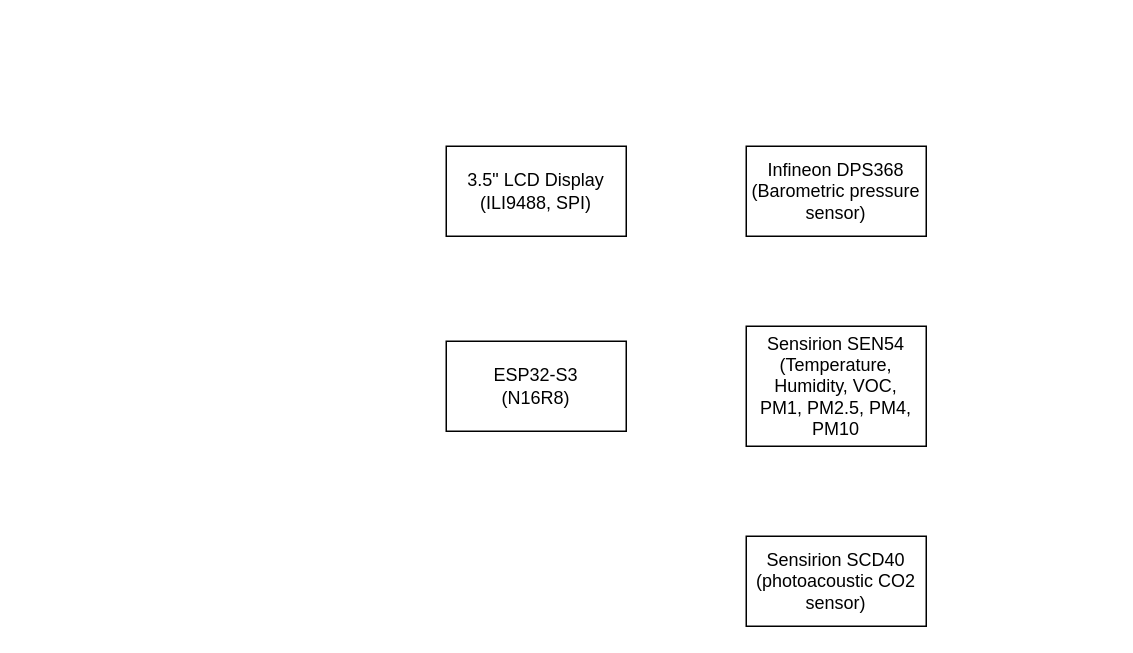
antoniosimuncic/VERN_Air-Quality-Meter keeps this draw.io diagram as [General Documentation]/VERN_Air-Quality-Monitor.drawio. Above is the earlier version. Source tidied: cells renumbered, new cells numbered last; positions are measured from the earlier drawing's top-left corner, leaving out a move shared by most shapes. Both pictures are drawn from the tidied source at 150%, with x=0, y=0 at pixel (446, 146).
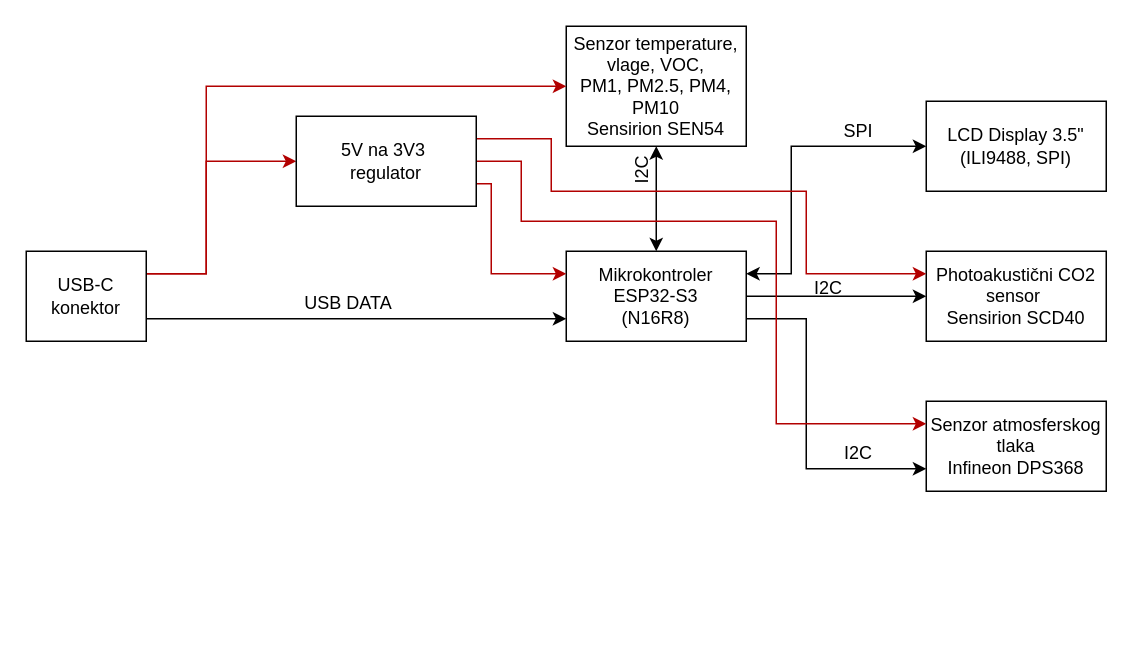
The same diagram, later.

Commit message (it also covers changes not shown here):
added block diagram

Diff of the diagram source:
```diff
@@
+    <mxCell id="7" style="edgeStyle=orthogonalEdgeStyle;rounded=0;jettySize=auto;html=1;exitX=1;exitY=0.25;exitDx=0;exitDy=0;entryX=0;entryY=0.5;entryDx=0;entryDy=0;startArrow=classic;startFill=1;" parent="1" edge="1" source="2" target="4">
+      <mxGeometry relative="1" as="geometry">
+        <Array as="points">
+          <mxPoint x="230" y="85" />
+          <mxPoint x="230" />
+        </Array>
+      </mxGeometry>
+    </mxCell>
+    <mxCell id="8" style="edgeStyle=orthogonalEdgeStyle;rounded=0;jettySize=auto;html=1;exitX=1;exitY=0.5;exitDx=0;exitDy=0;entryX=0;entryY=0.5;entryDx=0;entryDy=0;" parent="1" edge="1" source="2" target="6">
+      <mxGeometry relative="1" as="geometry" />
+    </mxCell>
+    <mxCell id="9" style="edgeStyle=orthogonalEdgeStyle;rounded=0;jettySize=auto;html=1;exitX=1;exitY=0.75;exitDx=0;exitDy=0;entryX=0;entryY=0.75;entryDx=0;entryDy=0;" parent="1" edge="1" source="2" target="5">
+      <mxGeometry relative="1" as="geometry">
+        <Array as="points">
+          <mxPoint x="240" y="115" />
+          <mxPoint x="240" y="215" />
+        </Array>
+      </mxGeometry>
+    </mxCell>
-    <mxCell id="2" value="ESP32-S3&lt;div&gt;(N16R8)&lt;/div&gt;" style="rounded=0;whiteSpace=wrap;html=1;" parent="1" vertex="1">
-      <mxGeometry y="130" width="120" height="60" as="geometry" />
+    <mxCell id="2" value="Mikrokontroler&lt;div&gt;ESP32-S3&lt;div&gt;(N16R8)&lt;/div&gt;&lt;/div&gt;" style="rounded=0;whiteSpace=wrap;html=1;" parent="1" vertex="1">
+      <mxGeometry x="80" y="70" width="120" height="60" as="geometry" />
     </mxCell>
+    <mxCell id="10" style="edgeStyle=orthogonalEdgeStyle;rounded=0;jettySize=auto;html=1;exitX=0.5;exitY=1;exitDx=0;exitDy=0;entryX=0.5;entryY=0;entryDx=0;entryDy=0;startArrow=classic;startFill=1;" parent="1" edge="1" source="3" target="2">
+      <mxGeometry relative="1" as="geometry" />
+    </mxCell>
-    <mxCell id="3" value="Sensirion SEN54&lt;div&gt;(Temperature, Humidity, VOC,&lt;/div&gt;&lt;div&gt;PM1, PM2.5, PM4, PM10&lt;/div&gt;" style="rounded=0;whiteSpace=wrap;html=1;" parent="1" vertex="1">
-      <mxGeometry x="200" y="120" width="120" height="80" as="geometry" />
+    <mxCell id="3" value="&lt;div&gt;Senzor temperature, vlage, VOC,&lt;/div&gt;&lt;div&gt;PM1, PM2.5, PM4, PM10&lt;/div&gt;&lt;div&gt;Sensirion SEN54&lt;br&gt;&lt;/div&gt;" style="rounded=0;whiteSpace=wrap;html=1;" parent="1" vertex="1">
+      <mxGeometry x="80" y="-80" width="120" height="80" as="geometry" />
     </mxCell>
-    <mxCell id="4" value="3.5&quot; LCD Display&lt;div&gt;(ILI9488, SPI)&lt;/div&gt;" style="rounded=0;whiteSpace=wrap;html=1;" parent="1" vertex="1">
-      <mxGeometry width="120" height="60" as="geometry" />
+    <mxCell id="4" value="LCD Display 3.5&quot;&lt;div&gt;(ILI9488, SPI)&lt;/div&gt;" style="rounded=0;whiteSpace=wrap;html=1;" parent="1" vertex="1">
+      <mxGeometry x="320" y="-30" width="120" height="60" as="geometry" />
     </mxCell>
-    <mxCell id="5" value="&lt;div&gt;Infineon DPS368&lt;br&gt;&lt;/div&gt;(Barometric pressure sensor)" style="rounded=0;whiteSpace=wrap;html=1;" parent="1" vertex="1">
-      <mxGeometry x="200" width="120" height="60" as="geometry" />
+    <mxCell id="5" value="&lt;div&gt;Senzor atmosferskog tlaka&lt;/div&gt;&lt;div&gt;Infineon DPS368&lt;/div&gt;" style="rounded=0;whiteSpace=wrap;html=1;" parent="1" vertex="1">
+      <mxGeometry x="320" y="170" width="120" height="60" as="geometry" />
     </mxCell>
-    <mxCell id="6" value="Sensirion SCD40&lt;div&gt;(photoacoustic CO2 sensor)&lt;/div&gt;" style="rounded=0;whiteSpace=wrap;html=1;" parent="1" vertex="1">
-      <mxGeometry x="200" y="260" width="120" height="60" as="geometry" />
+    <mxCell id="6" value="&lt;div&gt;Photoakustični CO2 sensor&amp;nbsp;&lt;/div&gt;&lt;div&gt;&lt;span style=&quot;background-color: initial;&quot;&gt;Sensirion SCD40&lt;/span&gt;&lt;/div&gt;" style="rounded=0;whiteSpace=wrap;html=1;" parent="1" vertex="1">
+      <mxGeometry x="320" y="70" width="120" height="60" as="geometry" />
     </mxCell>
+    <mxCell id="11" style="edgeStyle=orthogonalEdgeStyle;rounded=0;jettySize=auto;html=1;exitX=1;exitY=0.25;exitDx=0;exitDy=0;entryX=0;entryY=0.5;entryDx=0;entryDy=0;fillColor=#e51400;strokeColor=#B20000;endArrow=classic;endFill=1;" parent="1" edge="1" source="14" target="22">
+      <mxGeometry relative="1" as="geometry">
+        <Array as="points">
+          <mxPoint x="-160" y="85" />
+          <mxPoint x="-160" y="10" />
+        </Array>
+      </mxGeometry>
+    </mxCell>
+    <mxCell id="12" style="edgeStyle=orthogonalEdgeStyle;rounded=0;jettySize=auto;html=1;exitX=1;exitY=0.75;exitDx=0;exitDy=0;entryX=0;entryY=0.75;entryDx=0;entryDy=0;" parent="1" edge="1" source="14" target="2">
+      <mxGeometry relative="1" as="geometry" />
+    </mxCell>
+    <mxCell id="13" style="edgeStyle=orthogonalEdgeStyle;rounded=0;jettySize=auto;html=1;exitX=1;exitY=0.25;exitDx=0;exitDy=0;entryX=0;entryY=0.5;entryDx=0;entryDy=0;fillColor=#e51400;strokeColor=#B20000;" parent="1" edge="1" source="14" target="3">
+      <mxGeometry relative="1" as="geometry">
+        <Array as="points">
+          <mxPoint x="-160" y="85" />
+          <mxPoint x="-160" y="-40" />
+        </Array>
+      </mxGeometry>
+    </mxCell>
+    <mxCell id="14" value="USB-C&lt;div&gt;konektor&lt;/div&gt;" style="rounded=0;whiteSpace=wrap;html=1;" parent="1" vertex="1">
+      <mxGeometry x="-280" y="70" width="80" height="60" as="geometry" />
+    </mxCell>
+    <mxCell id="15" style="edgeStyle=orthogonalEdgeStyle;rounded=0;jettySize=auto;html=1;exitX=1;exitY=0.75;exitDx=0;exitDy=0;entryX=0;entryY=0.25;entryDx=0;entryDy=0;fillColor=#e51400;strokeColor=#B20000;" parent="1" edge="1" source="22" target="2">
+      <mxGeometry relative="1" as="geometry">
+        <Array as="points">
+          <mxPoint x="30" y="25" />
+          <mxPoint x="30" y="85" />
+        </Array>
+      </mxGeometry>
+    </mxCell>
+    <mxCell id="16" style="edgeStyle=orthogonalEdgeStyle;rounded=0;jettySize=auto;html=1;exitX=1;exitY=0.5;exitDx=0;exitDy=0;entryX=0;entryY=0.25;entryDx=0;entryDy=0;fillColor=#e51400;strokeColor=#B20000;" parent="1" edge="1" source="22" target="5">
+      <mxGeometry relative="1" as="geometry">
+        <Array as="points">
+          <mxPoint x="50" y="10" />
+          <mxPoint x="50" y="50" />
+          <mxPoint x="220" y="50" />
+          <mxPoint x="220" y="185" />
+        </Array>
+      </mxGeometry>
+    </mxCell>
+    <mxCell id="17" style="edgeStyle=orthogonalEdgeStyle;rounded=0;jettySize=auto;html=1;exitX=1;exitY=0.25;exitDx=0;exitDy=0;entryX=0;entryY=0.25;entryDx=0;entryDy=0;fillColor=#e51400;strokeColor=#B20000;" parent="1" edge="1" source="22" target="6">
+      <mxGeometry relative="1" as="geometry">
+        <Array as="points">
+          <mxPoint x="70" y="-5" />
+          <mxPoint x="70" y="30" />
+          <mxPoint x="240" y="30" />
+          <mxPoint x="240" y="85" />
+        </Array>
+      </mxGeometry>
+    </mxCell>
+    <mxCell id="18" value="USB DATA" style="text;html=1;align=center;verticalAlign=middle;whiteSpace=wrap;rounded=0;rotation=0;" parent="1" vertex="1">
+      <mxGeometry x="-100" y="90" width="70" height="30" as="geometry" />
+    </mxCell>
+    <mxCell id="19" value="I2C" style="text;html=1;align=center;verticalAlign=middle;whiteSpace=wrap;rounded=0;rotation=-90;" parent="1" vertex="1">
+      <mxGeometry x="116" y="6" width="30" height="20" as="geometry" />
+    </mxCell>
+    <mxCell id="20" value="SPI" style="text;html=1;align=center;verticalAlign=middle;whiteSpace=wrap;rounded=0;rotation=0;" parent="1" vertex="1">
+      <mxGeometry x="260" y="-20" width="30" height="20" as="geometry" />
+    </mxCell>
+    <mxCell id="21" value="I2C" style="text;html=1;align=center;verticalAlign=middle;whiteSpace=wrap;rounded=0;rotation=0;" parent="1" vertex="1">
+      <mxGeometry x="240" y="80" width="30" height="30" as="geometry" />
+    </mxCell>
+    <mxCell id="22" value="5V na 3V3&amp;nbsp;&lt;div&gt;regulator&lt;/div&gt;" style="rounded=0;whiteSpace=wrap;html=1;" parent="1" vertex="1">
+      <mxGeometry x="-100" y="-20" width="120" height="60" as="geometry" />
+    </mxCell>
+    <mxCell id="23" value="I2C" style="text;html=1;align=center;verticalAlign=middle;whiteSpace=wrap;rounded=0;rotation=0;" parent="1" vertex="1">
+      <mxGeometry x="260" y="190" width="30" height="30" as="geometry" />
+    </mxCell>
```
